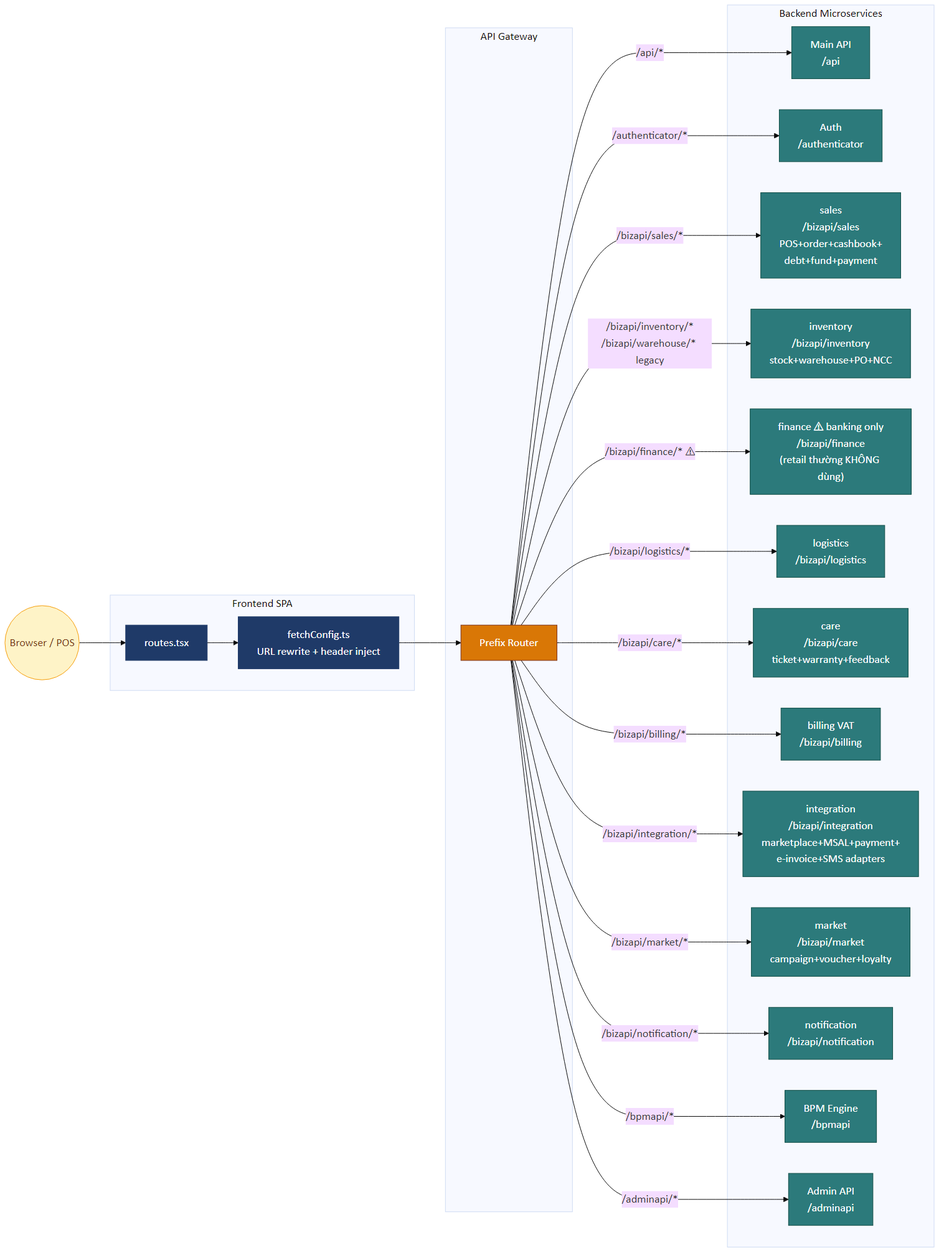
ducdung872001/cloud-crm keeps this Mermaid diagram as docs/sa/diagrams/09-api-gateway-prefix-routing.png. Above is the earlier version. Its source is kept beside it as docs/sa/diagrams/sources/09-api-gateway-prefix-routing.mmd.
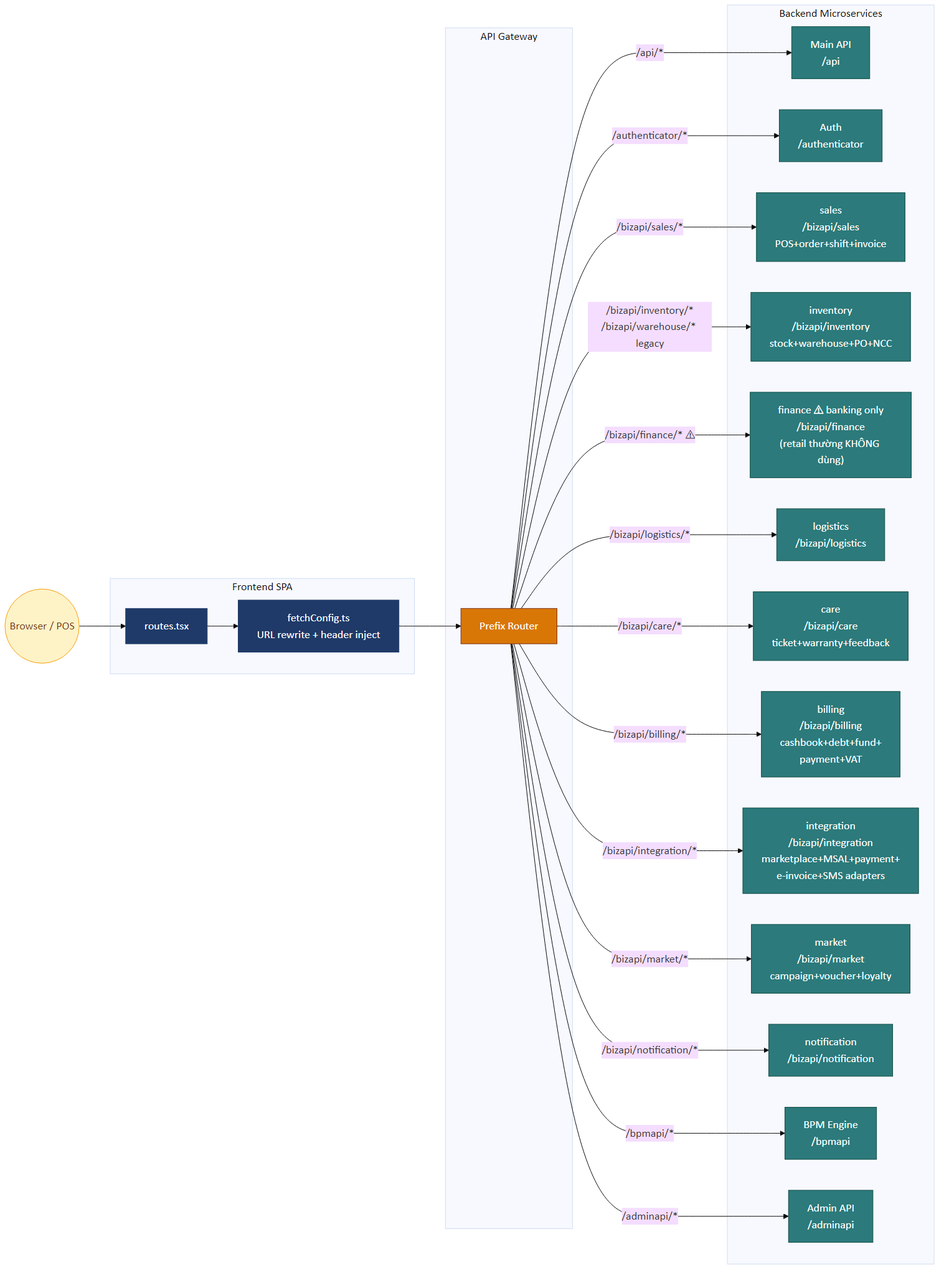
The same diagram one commit later.

Commit message:
docs(sa): correction — cashbook/debt/fund/payment thuộc billing (không phải sales)

Change to the diagram source:
```diff
@@ -11,12 +11,12 @@
     subgraph BE["Backend Microservices"]
       MAIN["Main API<br/>/api"]
       AUTH["Auth<br/>/authenticator"]
-      SALES["sales<br/>/bizapi/sales<br/>POS+order+cashbook+<br/>debt+fund+payment"]
+      SALES["sales<br/>/bizapi/sales<br/>POS+order+shift+invoice"]
       INV["inventory<br/>/bizapi/inventory<br/>stock+warehouse+PO+NCC"]
       FIN["finance ⚠ banking only<br/>/bizapi/finance<br/>(retail thường KHÔNG dùng)"]
       LOG["logistics<br/>/bizapi/logistics"]
       CARE["care<br/>/bizapi/care<br/>ticket+warranty+feedback"]
-      BILL["billing VAT<br/>/bizapi/billing"]
+      BILL["billing<br/>/bizapi/billing<br/>cashbook+debt+fund+<br/>payment+VAT"]
       INTEG["integration<br/>/bizapi/integration<br/>marketplace+MSAL+payment+<br/>e-invoice+SMS adapters"]
       MKT["market<br/>/bizapi/market<br/>campaign+voucher+loyalty"]
       NOTIF["notification<br/>/bizapi/notification"]
```
